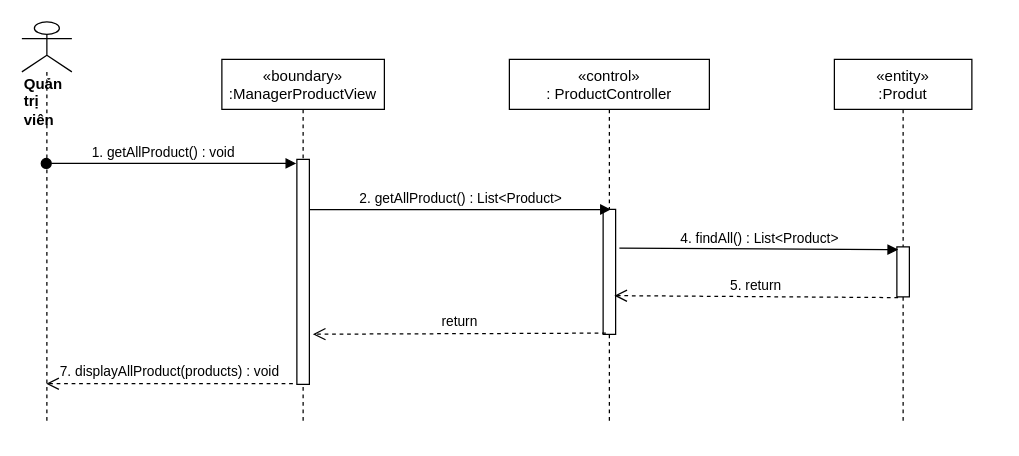
This is sequence diagram/view-products-manager-sequence.drawio from nguyenphamvan/datn_20202, a draw.io file, before an edit. Source tidied: cells renumbered, new cells numbered last; positions are measured from the earlier drawing's top-left corner, leaving out a move shared by most shapes. Both pictures are drawn from the tidied source at 125%, with x=0, y=0 at pixel (21, 21).
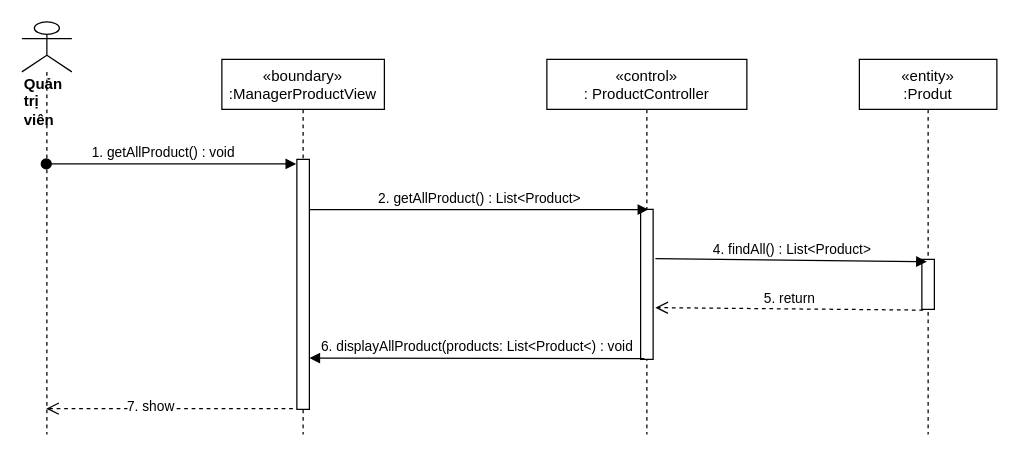
Above is the later version.

What changed in the source:
```diff
@@
 <mxGraphModel>
   <root>
     <mxCell id="0" />
     <mxCell id="1" parent="0" />
     <mxCell id="2" value="«boundary»&#10;:ManagerProductView" style="shape=umlLifeline;perimeter=lifelinePerimeter;rounded=0;shadow=0;strokeWidth=1;" parent="1" vertex="1">
-      <mxGeometry x="160" y="30" width="130" height="290" as="geometry" />
+      <mxGeometry x="160" y="30" width="130" height="300" as="geometry" />
     </mxCell>
     <mxCell id="3" style="points=[];perimeter=orthogonalPerimeter;rounded=0;shadow=0;strokeWidth=1;" parent="2" vertex="1">
-      <mxGeometry x="60" y="80" width="10" height="180" as="geometry" />
+      <mxGeometry x="60" y="80" width="10" height="200" as="geometry" />
     </mxCell>
     <mxCell id="4" value="«control»&#10;: ProductController" style="shape=umlLifeline;perimeter=lifelinePerimeter;rounded=0;shadow=0;strokeWidth=1;" parent="1" vertex="1">
-      <mxGeometry x="390" y="30" width="160" height="290" as="geometry" />
+      <mxGeometry x="420" y="30" width="160" height="300" as="geometry" />
     </mxCell>
     <mxCell id="5" style="points=[];perimeter=orthogonalPerimeter;rounded=0;shadow=0;strokeWidth=1;" parent="4" vertex="1">
-      <mxGeometry x="75" y="120" width="10" height="100" as="geometry" />
+      <mxGeometry x="75" y="120" width="10" height="120" as="geometry" />
     </mxCell>
     <mxCell id="6" value="&lt;div&gt;&lt;b&gt;Quản trị viên&lt;/b&gt;&lt;/div&gt;" style="shape=umlLifeline;participant=umlActor;perimeter=lifelinePerimeter;whiteSpace=wrap;html=1;verticalAlign=top;spacingTop=36;outlineConnect=0;align=left;size=40;" parent="1" vertex="1">
-      <mxGeometry width="40" height="320" as="geometry" />
+      <mxGeometry width="40" height="330" as="geometry" />
     </mxCell>
     <mxCell id="7" value="1. getAllProduct() : void" style="verticalAlign=bottom;startArrow=oval;endArrow=block;startSize=8;shadow=0;strokeWidth=1;entryX=-0.05;entryY=0.018;entryDx=0;entryDy=0;entryPerimeter=0;" parent="1" edge="1" source="6" target="3">
       <mxGeometry x="-0.06" relative="1" as="geometry" />
     </mxCell>
     <mxCell id="8" value="2. getAllProduct() : List&amp;lt;Product&amp;gt;" style="html=1;verticalAlign=bottom;endArrow=block;entryX=0.617;entryY=0.001;entryDx=0;entryDy=0;entryPerimeter=0;" parent="1" edge="1" source="3" target="5">
       <mxGeometry relative="1" as="geometry" />
     </mxCell>
     <mxCell id="9" value="«entity»&#10;:Produt" style="shape=umlLifeline;perimeter=lifelinePerimeter;rounded=0;shadow=0;strokeWidth=1;" parent="1" vertex="1">
-      <mxGeometry x="650" y="30" width="110" height="290" as="geometry" />
+      <mxGeometry x="670" y="30" width="110" height="300" as="geometry" />
     </mxCell>
     <mxCell id="10" style="points=[];perimeter=orthogonalPerimeter;rounded=0;shadow=0;strokeWidth=1;" parent="9" vertex="1">
-      <mxGeometry x="50" y="150" width="10" height="40" as="geometry" />
+      <mxGeometry x="50" y="160" width="10" height="40" as="geometry" />
     </mxCell>
-    <mxCell id="11" value="4. findAll() : List&amp;lt;Product&amp;gt;" style="html=1;verticalAlign=bottom;endArrow=block;entryX=0.1;entryY=0.055;entryDx=0;entryDy=0;entryPerimeter=0;exitX=1.3;exitY=0.31;exitDx=0;exitDy=0;exitPerimeter=0;" parent="1" edge="1" source="5" target="10">
+    <mxCell id="11" value="4. findAll() : List&amp;lt;Product&amp;gt;" style="html=1;verticalAlign=bottom;endArrow=block;exitX=1.18;exitY=0.328;exitDx=0;exitDy=0;exitPerimeter=0;entryX=0.4;entryY=0.045;entryDx=0;entryDy=0;entryPerimeter=0;" parent="1" edge="1" source="5" target="10">
       <mxGeometry relative="1" as="geometry" />
     </mxCell>
-    <mxCell id="12" value="5. return" style="html=1;verticalAlign=bottom;endArrow=open;dashed=1;endSize=8;exitX=0.1;exitY=1.015;exitDx=0;exitDy=0;exitPerimeter=0;entryX=0.9;entryY=0.69;entryDx=0;entryDy=0;entryPerimeter=0;" parent="1" edge="1" source="10" target="5">
+    <mxCell id="12" value="5. return" style="html=1;verticalAlign=bottom;endArrow=open;dashed=1;endSize=8;exitX=0.1;exitY=1.015;exitDx=0;exitDy=0;exitPerimeter=0;entryX=1.18;entryY=0.655;entryDx=0;entryDy=0;entryPerimeter=0;" parent="1" edge="1" source="10" target="5">
       <mxGeometry relative="1" as="geometry" />
     </mxCell>
-    <mxCell id="13" value="return" style="html=1;verticalAlign=bottom;endArrow=open;dashed=1;endSize=8;exitX=0.22;exitY=0.99;exitDx=0;exitDy=0;exitPerimeter=0;entryX=1.28;entryY=0.777;entryDx=0;entryDy=0;entryPerimeter=0;" parent="1" edge="1" source="5" target="3">
-      <mxGeometry relative="1" as="geometry" />
-    </mxCell>
-    <mxCell id="14" value="7. displayAllProduct(products) : void" style="html=1;verticalAlign=bottom;endArrow=open;dashed=1;endSize=8;exitX=-0.32;exitY=0.997;exitDx=0;exitDy=0;exitPerimeter=0;" parent="1" edge="1" source="3" target="6">
+    <mxCell id="14" style="html=1;verticalAlign=bottom;endArrow=open;dashed=1;endSize=8;exitX=-0.32;exitY=0.997;exitDx=0;exitDy=0;exitPerimeter=0;" parent="1" edge="1" source="3" target="6">
       <mxGeometry relative="1" as="geometry" />
     </mxCell>
+    <mxCell id="15" value="7. show" style="edgeLabel;html=1;align=center;verticalAlign=middle;" parent="14" vertex="1">
+      <mxGeometry x="0.16" y="-2" relative="1" as="geometry" />
+    </mxCell>
+    <mxCell id="16" value="6. displayAllProduct(products: List&amp;lt;Product&amp;lt;) : void" style="html=1;verticalAlign=bottom;endArrow=block;exitX=0.3;exitY=0.995;exitDx=0;exitDy=0;exitPerimeter=0;" parent="1" edge="1" source="5">
+      <mxGeometry relative="1" as="geometry">
+        <mxPoint x="230" y="269" as="targetPoint" />
+      </mxGeometry>
+    </mxCell>
   </root>
 </mxGraphModel>
```
